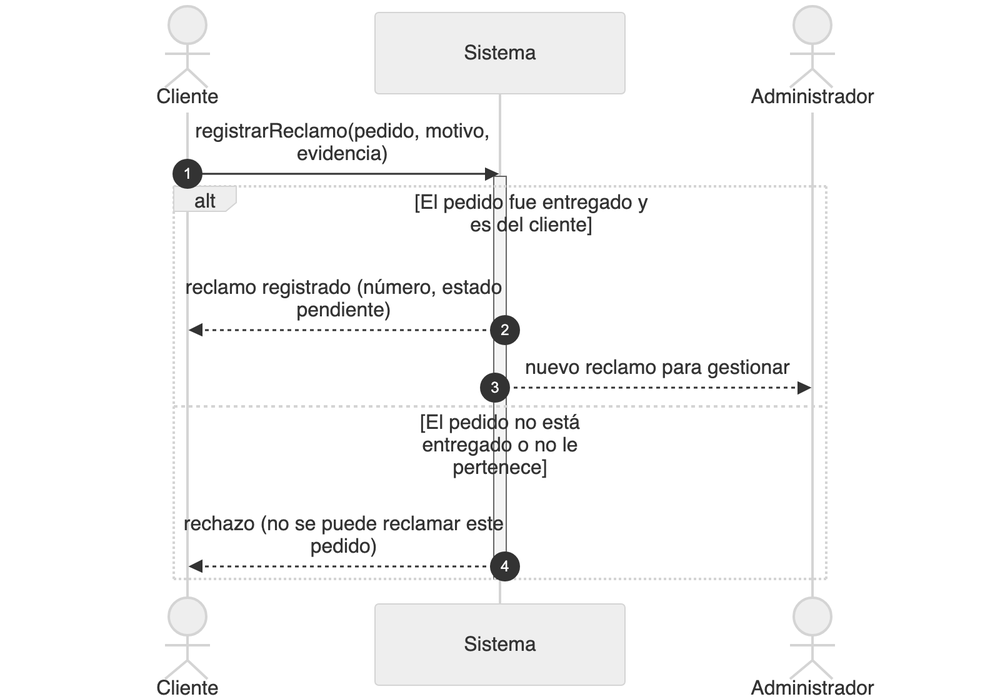
Nahuelito-Dev/splg-docs keeps this Mermaid diagram as diagramas/png/DSS_CU-023_Registrar-Reclamo.png. Above is the earlier version. Its source is kept beside it as diagramas/DSS_CU-023_Registrar-Reclamo.mmd. Source of this version:
```mermaid
sequenceDiagram
    title DSS — CU-023 Registrar Reclamo
    autonumber
    actor CLI as Cliente
    participant SIS as Sistema

    CLI->>SIS: registrarReclamo(pedido, motivo, evidencia)
    activate SIS
    alt El pedido existe y es del cliente
        SIS-->>CLI: reclamo registrado (número, estado pendiente)
    else El pedido no existe
        SIS-->>CLI: recurso no encontrado
    else El pedido no le pertenece
        SIS-->>CLI: rechazo (esta orden no pertenece al cliente indicado)
    end
    deactivate SIS
```
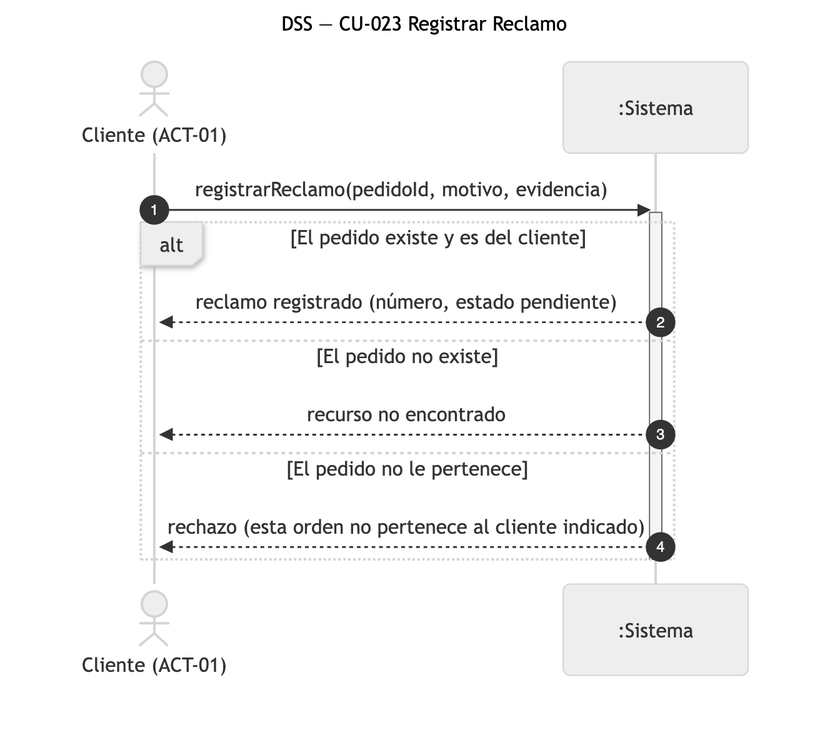
The same file after the commit.

What changed in the source:
```diff
@@ -1,10 +1,10 @@
 sequenceDiagram
     title DSS — CU-023 Registrar Reclamo
     autonumber
-    actor CLI as Cliente
-    participant SIS as Sistema
+    actor CLI as Cliente (ACT-01)
+    participant SIS as :Sistema
 
-    CLI->>SIS: registrarReclamo(pedido, motivo, evidencia)
+    CLI->>SIS: registrarReclamo(pedidoId, motivo, evidencia)
     activate SIS
     alt El pedido existe y es del cliente
         SIS-->>CLI: reclamo registrado (número, estado pendiente)
```
